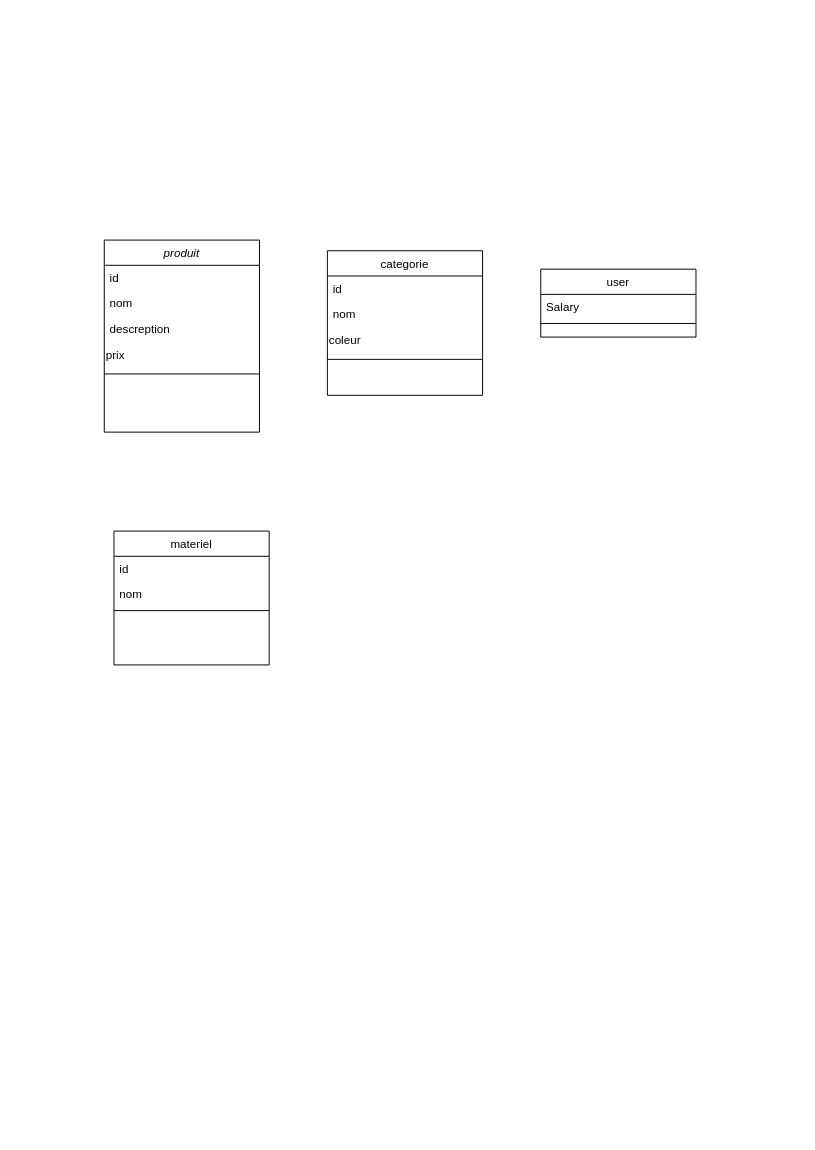
Above: class diagram.drawio in Sanalouafi/snaat-baldi-dashboard (draw.io), before the change. Source tidied: cells renumbered, new cells numbered last; positions are measured from the earlier drawing's top-left corner, leaving out a move shared by most shapes. Both pictures are drawn from the tidied source at 97%, with x=0, y=0 at pixel (104, 240).
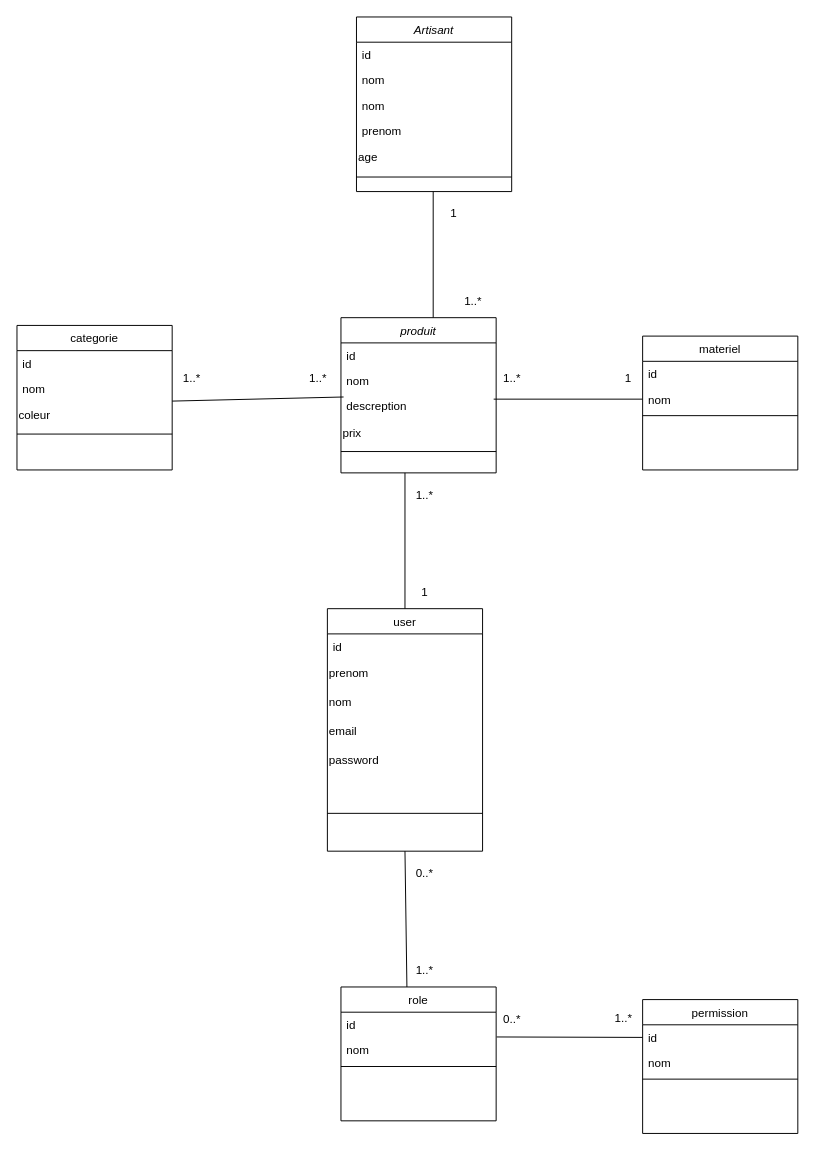
The same diagram, later.

Commit message:
ajouter des classes avec les relations

The change refers to these unchanged cells:
```xml
<mxCell id="5" value="descreption" style="text;align=left;verticalAlign=top;spacingLeft=4;spacingRight=4;overflow=hidden;points=[[0,0.5],[1,0.5]];portConstraint=eastwest;rounded=0;shadow=0;html=0;" parent="2" vertex="1">
  <mxGeometry y="78" width="160" height="26" as="geometry" />
</mxCell>
<mxCell id="6" value="&lt;div align=&quot;left&quot;&gt;prix&lt;/div&gt;" style="text;strokeColor=none;align=left;fillColor=none;html=1;verticalAlign=middle;whiteSpace=wrap;rounded=0;" parent="2" vertex="1">
  <mxGeometry y="104" width="160" height="30" as="geometry" />
</mxCell>
<mxCell id="10" value="nom" style="text;align=left;verticalAlign=top;spacingLeft=4;spacingRight=4;overflow=hidden;points=[[0,0.5],[1,0.5]];portConstraint=eastwest;rounded=0;shadow=0;html=0;" parent="8" vertex="1">
  <mxGeometry y="52" width="160" height="26" as="geometry" />
</mxCell>
<mxCell id="18" value="&lt;div align=&quot;left&quot;&gt;coleur&lt;/div&gt;" style="text;strokeColor=none;align=left;fillColor=none;html=1;verticalAlign=middle;whiteSpace=wrap;rounded=0;" parent="15" vertex="1">
  <mxGeometry y="78" width="160" height="30" as="geometry" />
</mxCell>
```

Diff of the diagram source:
```diff
@@
     <mxCell id="2" value="produit" style="swimlane;fontStyle=2;align=center;verticalAlign=top;horizontal=1;startSize=26;rounded=0;shadow=0;strokeWidth=1;" parent="1" vertex="1">
-      <mxGeometry width="160" height="198" as="geometry" />
+      <mxGeometry x="244" y="80" width="160" height="160" as="geometry" />
     </mxCell>
@@
     <mxCell id="8" value="materiel" style="swimlane;fontStyle=0;align=center;verticalAlign=top;horizontal=1;startSize=26;rounded=0;shadow=0;strokeWidth=1;" parent="1" vertex="1">
-      <mxGeometry x="10" y="300" width="160" height="138" as="geometry" />
+      <mxGeometry x="555" y="99" width="160" height="138" as="geometry" />
     </mxCell>
@@
     <mxCell id="12" value="user" style="swimlane;fontStyle=0;align=center;verticalAlign=top;horizontal=1;startSize=26;rounded=0;shadow=0;strokeWidth=1;" parent="1" vertex="1">
-      <mxGeometry x="450" y="30" width="160" height="70" as="geometry" />
+      <mxGeometry x="230" y="380" width="160" height="250" as="geometry" />
     </mxCell>
-    <mxCell id="13" value="Salary" style="text;align=left;verticalAlign=top;spacingLeft=4;spacingRight=4;overflow=hidden;" parent="12" vertex="1">
+    <mxCell id="13" value="id" style="text;align=left;verticalAlign=top;spacingLeft=4;spacingRight=4;overflow=hidden;" parent="12" vertex="1">
       <mxGeometry y="26" width="160" height="26" as="geometry" />
     </mxCell>
+    <mxCell id="20" value="&lt;div align=&quot;left&quot;&gt;prenom&lt;/div&gt;" style="text;strokeColor=none;align=left;fillColor=none;html=1;verticalAlign=middle;whiteSpace=wrap;rounded=0;" parent="12" vertex="1">
+      <mxGeometry y="52" width="160" height="30" as="geometry" />
+    </mxCell>
+    <mxCell id="21" value="&lt;div align=&quot;left&quot;&gt;nom&lt;/div&gt;" style="text;strokeColor=none;align=left;fillColor=none;html=1;verticalAlign=middle;whiteSpace=wrap;rounded=0;" parent="12" vertex="1">
+      <mxGeometry y="82" width="160" height="30" as="geometry" />
+    </mxCell>
+    <mxCell id="22" value="&lt;div align=&quot;left&quot;&gt;email&lt;/div&gt;" style="text;strokeColor=none;align=left;fillColor=none;html=1;verticalAlign=middle;whiteSpace=wrap;rounded=0;" parent="12" vertex="1">
+      <mxGeometry y="112" width="160" height="30" as="geometry" />
+    </mxCell>
+    <mxCell id="23" value="&lt;div align=&quot;left&quot;&gt;password&lt;/div&gt;" style="text;strokeColor=none;align=left;fillColor=none;html=1;verticalAlign=middle;whiteSpace=wrap;rounded=0;" parent="12" vertex="1">
+      <mxGeometry y="142" width="160" height="30" as="geometry" />
+    </mxCell>
     <mxCell id="14" style="line;html=1;strokeWidth=1;align=left;verticalAlign=middle;spacingTop=-1;spacingLeft=3;spacingRight=3;labelPosition=right;" parent="12" vertex="1">
-      <mxGeometry y="52" width="160" height="8" as="geometry" />
+      <mxGeometry y="172" width="160" height="78" as="geometry" />
     </mxCell>
     <mxCell id="15" value="categorie" style="swimlane;fontStyle=0;align=center;verticalAlign=top;horizontal=1;startSize=26;rounded=0;shadow=0;strokeWidth=1;" parent="1" vertex="1">
-      <mxGeometry x="230" y="11" width="160" height="149" as="geometry" />
+      <mxGeometry x="-90" y="88" width="160" height="149" as="geometry" />
     </mxCell>
@@
+    <mxCell id="24" value="role" style="swimlane;fontStyle=0;align=center;verticalAlign=top;horizontal=1;startSize=26;rounded=0;shadow=0;strokeWidth=1;" parent="1" vertex="1">
+      <mxGeometry x="244" y="770" width="160" height="138" as="geometry" />
+    </mxCell>
+    <mxCell id="25" value="id" style="text;align=left;verticalAlign=top;spacingLeft=4;spacingRight=4;overflow=hidden;" parent="24" vertex="1">
+      <mxGeometry y="26" width="160" height="26" as="geometry" />
+    </mxCell>
+    <mxCell id="26" value="nom" style="text;align=left;verticalAlign=top;spacingLeft=4;spacingRight=4;overflow=hidden;points=[[0,0.5],[1,0.5]];portConstraint=eastwest;rounded=0;shadow=0;html=0;" parent="24" vertex="1">
+      <mxGeometry y="52" width="160" height="26" as="geometry" />
+    </mxCell>
+    <mxCell id="27" style="line;html=1;strokeWidth=1;align=left;verticalAlign=middle;spacingTop=-1;spacingLeft=3;spacingRight=3;labelPosition=right;" parent="24" vertex="1">
+      <mxGeometry y="78" width="160" height="8" as="geometry" />
+    </mxCell>
+    <mxCell id="28" style="endArrow=none;html=1;rounded=0;entryX=0.5;entryY=1;entryDx=0;entryDy=0;exitX=0.425;exitY=0;exitDx=0;exitDy=0;exitPerimeter=0;" parent="1" edge="1" source="24" target="12">
+      <mxGeometry relative="1" as="geometry" />
+    </mxCell>
+    <mxCell id="29" style="endArrow=none;html=1;rounded=0;exitX=1;exitY=0;exitDx=0;exitDy=0;entryX=0.017;entryY=0.145;entryDx=0;entryDy=0;entryPerimeter=0;" parent="1" edge="1" source="18" target="5">
+      <mxGeometry relative="1" as="geometry" />
+    </mxCell>
+    <mxCell id="30" style="endArrow=none;html=1;rounded=0;entryX=0;entryY=0.5;entryDx=0;entryDy=0;exitX=0.984;exitY=-0.667;exitDx=0;exitDy=0;exitPerimeter=0;" parent="1" edge="1" source="6" target="10">
+      <mxGeometry relative="1" as="geometry" />
+    </mxCell>
+    <mxCell id="31" value="Artisant" style="swimlane;fontStyle=2;align=center;verticalAlign=top;horizontal=1;startSize=26;rounded=0;shadow=0;strokeWidth=1;" parent="1" vertex="1">
+      <mxGeometry x="260" y="-230" width="160" height="180" as="geometry" />
+    </mxCell>
+    <mxCell id="32" value="id" style="text;align=left;verticalAlign=top;spacingLeft=4;spacingRight=4;overflow=hidden;" parent="31" vertex="1">
+      <mxGeometry y="26" width="160" height="26" as="geometry" />
+    </mxCell>
+    <mxCell id="33" value="nom" style="text;align=left;verticalAlign=top;spacingLeft=4;spacingRight=4;overflow=hidden;rounded=0;shadow=0;html=0;" parent="31" vertex="1">
+      <mxGeometry y="52" width="160" height="26" as="geometry" />
+    </mxCell>
+    <mxCell id="34" value="nom" style="text;align=left;verticalAlign=top;spacingLeft=4;spacingRight=4;overflow=hidden;rounded=0;shadow=0;html=0;" parent="31" vertex="1">
+      <mxGeometry y="78" width="160" height="26" as="geometry" />
+    </mxCell>
+    <mxCell id="35" value="prenom" style="text;align=left;verticalAlign=top;spacingLeft=4;spacingRight=4;overflow=hidden;rounded=0;shadow=0;html=0;" parent="31" vertex="1">
+      <mxGeometry y="104" width="160" height="26" as="geometry" />
+    </mxCell>
+    <mxCell id="36" value="age" style="text;strokeColor=none;align=left;fillColor=none;html=1;verticalAlign=middle;whiteSpace=wrap;rounded=0;" parent="31" vertex="1">
+      <mxGeometry y="130" width="160" height="30" as="geometry" />
+    </mxCell>
+    <mxCell id="37" style="line;html=1;strokeWidth=1;align=left;verticalAlign=middle;spacingTop=-1;spacingLeft=3;spacingRight=3;labelPosition=right;" parent="31" vertex="1">
+      <mxGeometry y="160" width="160" height="10" as="geometry" />
+    </mxCell>
+    <mxCell id="38" style="endArrow=none;html=1;rounded=0;" parent="1" edge="1">
+      <mxGeometry relative="1" as="geometry">
+        <mxPoint x="339.1" y="80" as="sourcePoint" />
+        <mxPoint x="339.1" y="-50" as="targetPoint" />
+      </mxGeometry>
+    </mxCell>
+    <mxCell id="39" style="endArrow=none;html=1;rounded=0;entryX=0.5;entryY=0;entryDx=0;entryDy=0;" parent="1" edge="1" target="12">
+      <mxGeometry relative="1" as="geometry">
+        <mxPoint x="310" y="240" as="sourcePoint" />
+      </mxGeometry>
+    </mxCell>
+    <mxCell id="40" value="permission" style="swimlane;fontStyle=0;align=center;verticalAlign=top;horizontal=1;startSize=26;rounded=0;shadow=0;strokeWidth=1;" parent="1" vertex="1">
+      <mxGeometry x="555" y="783" width="160" height="138" as="geometry" />
+    </mxCell>
+    <mxCell id="41" value="id" style="text;align=left;verticalAlign=top;spacingLeft=4;spacingRight=4;overflow=hidden;points=[[0,0.5],[1,0.5]];portConstraint=eastwest;" parent="40" vertex="1">
+      <mxGeometry y="26" width="160" height="26" as="geometry" />
+    </mxCell>
+    <mxCell id="42" value="nom" style="text;align=left;verticalAlign=top;spacingLeft=4;spacingRight=4;overflow=hidden;rounded=0;shadow=0;html=0;" parent="40" vertex="1">
+      <mxGeometry y="52" width="160" height="26" as="geometry" />
+    </mxCell>
+    <mxCell id="43" style="line;html=1;strokeWidth=1;align=left;verticalAlign=middle;spacingTop=-1;spacingLeft=3;spacingRight=3;labelPosition=right;" parent="40" vertex="1">
+      <mxGeometry y="78" width="160" height="8" as="geometry" />
+    </mxCell>
+    <mxCell id="44" style="endArrow=none;html=1;rounded=0;entryX=0;entryY=0.5;entryDx=0;entryDy=0;exitX=1.003;exitY=-0.018;exitDx=0;exitDy=0;exitPerimeter=0;" parent="1" edge="1" source="26" target="41">
+      <mxGeometry relative="1" as="geometry" />
+    </mxCell>
+    <mxCell id="45" value="0..*" style="text;html=1;align=center;verticalAlign=middle;strokeColor=none;fillColor=none;" parent="1" vertex="1">
+      <mxGeometry x="400" y="789" width="40" height="30" as="geometry" />
+    </mxCell>
+    <mxCell id="46" value="1..*" style="text;html=1;align=center;verticalAlign=middle;strokeColor=none;fillColor=none;" parent="1" vertex="1">
+      <mxGeometry x="515" y="788" width="40" height="30" as="geometry" />
+    </mxCell>
+    <mxCell id="47" value="1..*" style="text;html=1;align=center;verticalAlign=middle;strokeColor=none;fillColor=none;" parent="1" vertex="1">
+      <mxGeometry x="310" y="738" width="40" height="30" as="geometry" />
+    </mxCell>
+    <mxCell id="48" value="0..*" style="text;html=1;align=center;verticalAlign=middle;strokeColor=none;fillColor=none;" parent="1" vertex="1">
+      <mxGeometry x="310" y="638" width="40" height="30" as="geometry" />
+    </mxCell>
+    <mxCell id="49" value="1..*" style="text;html=1;align=center;verticalAlign=middle;strokeColor=none;fillColor=none;" parent="1" vertex="1">
+      <mxGeometry x="360" y="48" width="40" height="30" as="geometry" />
+    </mxCell>
+    <mxCell id="50" value="1" style="text;html=1;align=center;verticalAlign=middle;strokeColor=none;fillColor=none;" parent="1" vertex="1">
+      <mxGeometry x="345" y="-42" width="30" height="30" as="geometry" />
+    </mxCell>
+    <mxCell id="51" value="&lt;div&gt;1..*&lt;/div&gt;" style="text;html=1;align=center;verticalAlign=middle;strokeColor=none;fillColor=none;" parent="1" vertex="1">
+      <mxGeometry x="310" y="248" width="40" height="30" as="geometry" />
+    </mxCell>
+    <mxCell id="52" value="1" style="text;html=1;align=center;verticalAlign=middle;strokeColor=none;fillColor=none;" parent="1" vertex="1">
+      <mxGeometry x="315" y="348" width="30" height="30" as="geometry" />
+    </mxCell>
+    <mxCell id="53" value="1..*" style="text;html=1;align=center;verticalAlign=middle;strokeColor=none;fillColor=none;" parent="1" vertex="1">
+      <mxGeometry x="200" y="128" width="40" height="30" as="geometry" />
+    </mxCell>
+    <mxCell id="54" value="1..*" style="text;html=1;align=center;verticalAlign=middle;strokeColor=none;fillColor=none;" parent="1" vertex="1">
+      <mxGeometry x="70" y="128" width="40" height="30" as="geometry" />
+    </mxCell>
+    <mxCell id="55" value="1..*" style="text;html=1;align=center;verticalAlign=middle;strokeColor=none;fillColor=none;" parent="1" vertex="1">
+      <mxGeometry x="400" y="128" width="40" height="30" as="geometry" />
+    </mxCell>
+    <mxCell id="56" value="&lt;div&gt;1&lt;/div&gt;" style="text;html=1;align=center;verticalAlign=middle;strokeColor=none;fillColor=none;" parent="1" vertex="1">
+      <mxGeometry x="525" y="128" width="30" height="30" as="geometry" />
+    </mxCell>
```
